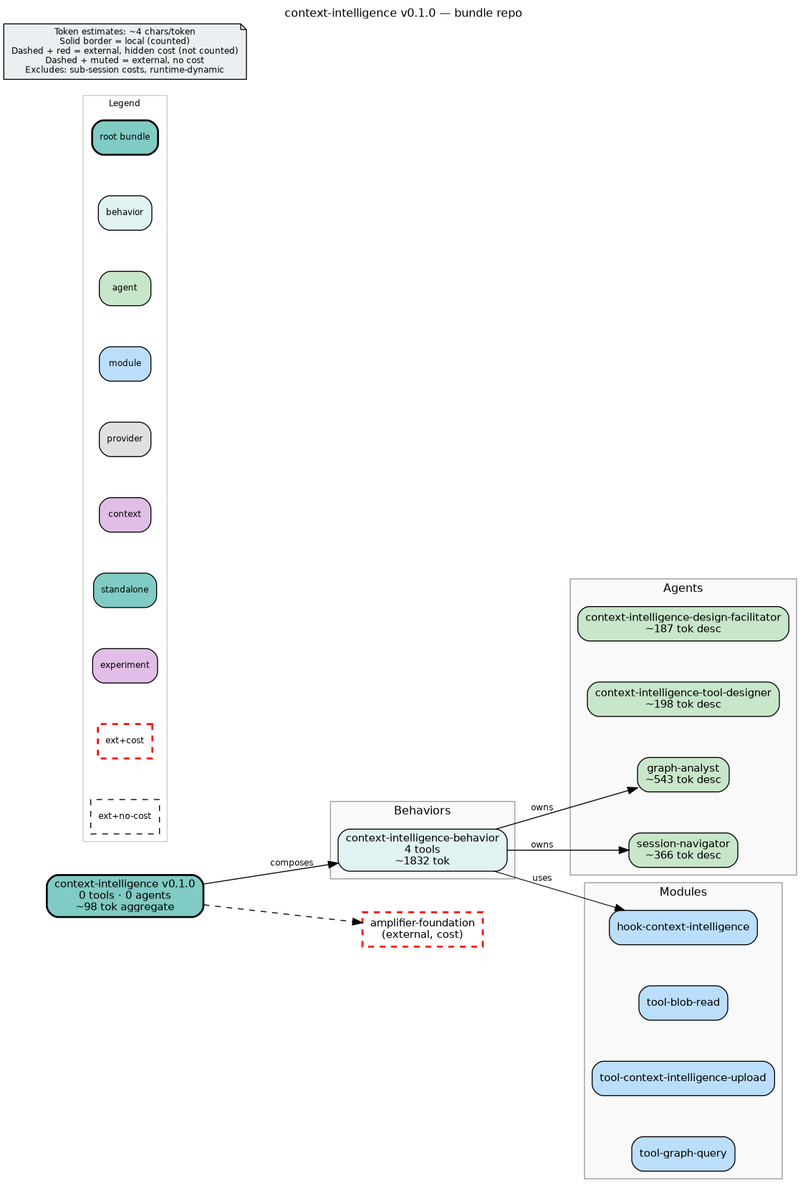
Earlier version of the Graphviz export bundle.png (microsoft/amplifier-bundle-context-intelligence). Its source is kept beside it as bundle.dot.
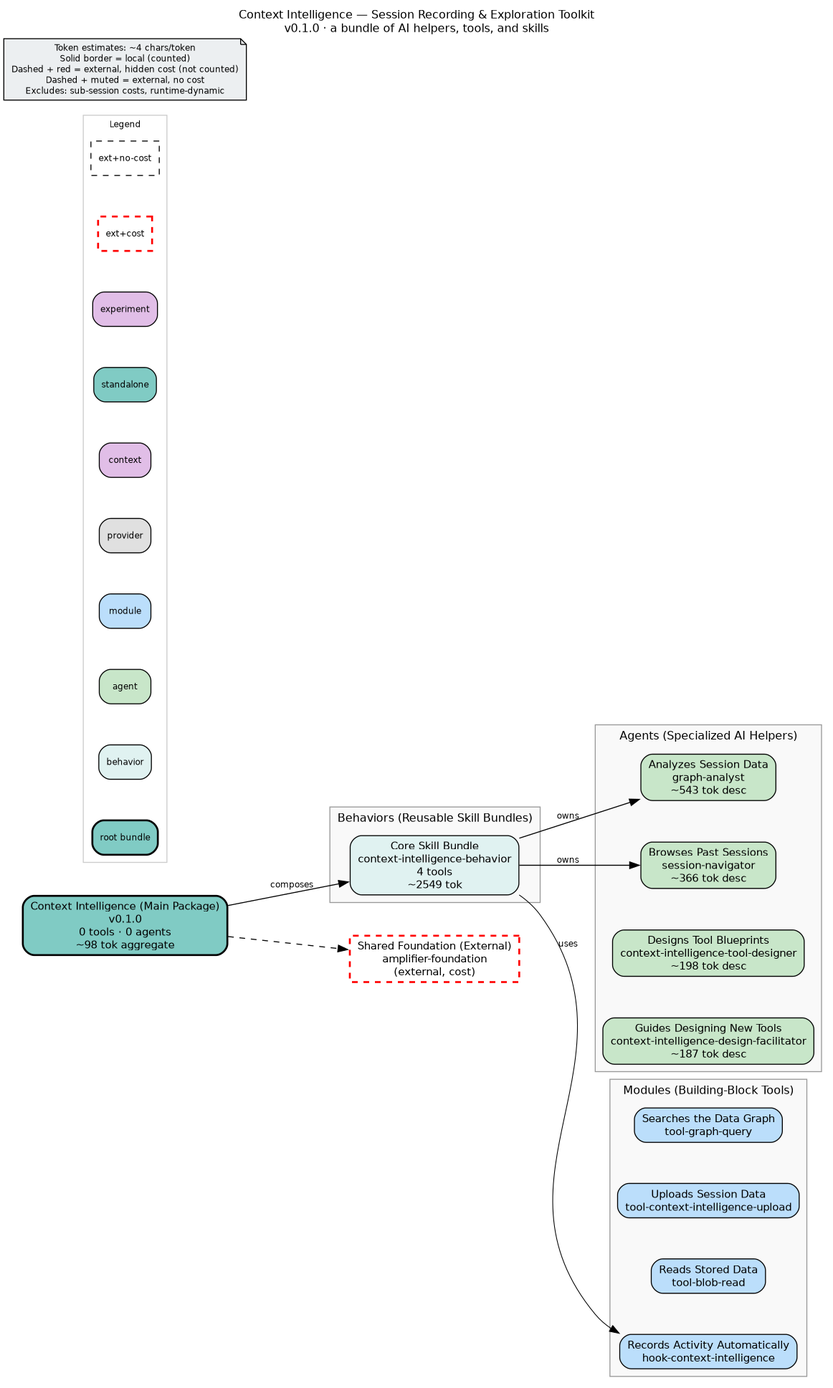
Later version of the same file.

The edit, as a diff of the source:
```diff
@@ -2,50 +2,50 @@
     rankdir=LR
     fontname="Helvetica"
     fontsize=12
-    label="context-intelligence v0.1.0 — bundle repo"
+    label="Context Intelligence — Session Recording & Exploration Toolkit\nv0.1.0 · a bundle of AI helpers, tools, and skills"
     labelloc=t
     labeljust=c
     nodesep=0.6
     ranksep=0.7
     bgcolor="white"
-    source_hash="dba7ae999a5fd095337bcd9ede4c54b866044c0b31d63d20c4b0ef4483abaf6c"
+    source_hash="7758e3d982ed1c85e71f0883ab4ac4596d336fd517ba1192e2580fbe98c220d2"
 
     node [fontname="Helvetica", fontsize=11, style="filled,rounded"]
     edge [fontname="Helvetica", fontsize=9]
 
-    root_context_intelligence [label="context-intelligence v0.1.0\n0 tools · 0 agents\n~98 tok aggregate", shape=box, fillcolor="#80cbc4", style="filled,rounded,bold", penwidth=2]
+    root_context_intelligence [label="Context Intelligence (Main Package)\nv0.1.0\n0 tools · 0 agents\n~98 tok aggregate", shape=box, fillcolor="#80cbc4", style="filled,rounded,bold", penwidth=2]
 
     subgraph cluster_behaviors {
-        label="Behaviors"
+        label="Behaviors (Reusable Skill Bundles)"
         style="filled"
         fillcolor="#f9f9f9"
         color="#999999"
 
-        beh_context_intelligence_behavior [label="context-intelligence-behavior\n4 tools\n~1832 tok", shape=box, fillcolor="#e0f2f1", style="filled,rounded"]
+        beh_context_intelligence_behavior [label="Core Skill Bundle\ncontext-intelligence-behavior\n4 tools\n~2549 tok", shape=box, fillcolor="#e0f2f1", style="filled,rounded"]
     }
 
     subgraph cluster_agents {
-        label="Agents"
+        label="Agents (Specialized AI Helpers)"
         style="filled"
         fillcolor="#f9f9f9"
         color="#999999"
 
-        agt_context_intelligence_design_facilitator [label="context-intelligence-design-facilitator\n~187 tok desc", shape=box, fillcolor="#c8e6c9", style="filled,rounded"]
-        agt_context_intelligence_tool_designer [label="context-intelligence-tool-designer\n~198 tok desc", shape=box, fillcolor="#c8e6c9", style="filled,rounded"]
-        agt_graph_analyst [label="graph-analyst\n~543 tok desc", shape=box, fillcolor="#c8e6c9", style="filled,rounded"]
-        agt_session_navigator [label="session-navigator\n~366 tok desc", shape=box, fillcolor="#c8e6c9", style="filled,rounded"]
+        agt_context_intelligence_design_facilitator [label="Guides Designing New Tools\ncontext-intelligence-design-facilitator\n~187 tok desc", shape=box, fillcolor="#c8e6c9", style="filled,rounded"]
+        agt_context_intelligence_tool_designer [label="Designs Tool Blueprints\ncontext-intelligence-tool-designer\n~198 tok desc", shape=box, fillcolor="#c8e6c9", style="filled,rounded"]
+        agt_graph_analyst [label="Analyzes Session Data\ngraph-analyst\n~543 tok desc", shape=box, fillcolor="#c8e6c9", style="filled,rounded"]
+        agt_session_navigator [label="Browses Past Sessions\nsession-navigator\n~366 tok desc", shape=box, fillcolor="#c8e6c9", style="filled,rounded"]
     }
 
     subgraph cluster_modules {
-        label="Modules"
+        label="Modules (Building-Block Tools)"
         style="filled"
         fillcolor="#f9f9f9"
         color="#999999"
 
-        mod_hook_context_intelligence [label="hook-context-intelligence", shape=box, fillcolor="#bbdefb", style="filled,rounded"]
-        mod_tool_blob_read [label="tool-blob-read", shape=box, fillcolor="#bbdefb", style="filled,rounded"]
-        mod_tool_context_intelligence_upload [label="tool-context-intelligence-upload", shape=box, fillcolor="#bbdefb", style="filled,rounded"]
-        mod_tool_graph_query [label="tool-graph-query", shape=box, fillcolor="#bbdefb", style="filled,rounded"]
+        mod_hook_context_intelligence [label="Records Activity Automatically\nhook-context-intelligence", shape=box, fillcolor="#bbdefb", style="filled,rounded"]
+        mod_tool_blob_read [label="Reads Stored Data\ntool-blob-read", shape=box, fillcolor="#bbdefb", style="filled,rounded"]
+        mod_tool_context_intelligence_upload [label="Uploads Session Data\ntool-context-intelligence-upload", shape=box, fillcolor="#bbdefb", style="filled,rounded"]
+        mod_tool_graph_query [label="Searches the Data Graph\ntool-graph-query", shape=box, fillcolor="#bbdefb", style="filled,rounded"]
     }
 
     subgraph cluster_legend {
@@ -69,7 +69,7 @@
 
     disclaimer [label="Token estimates: ~4 chars/token\nSolid border = local (counted)\nDashed + red = external, hidden cost (not counted)\nDashed + muted = external, no cost\nExcludes: sub-session costs, runtime-dynamic", shape=note, fillcolor="#eceff1", style="filled", fontsize=9]
 
-    ext_githttps___github_com_microsoft_amplifier_foundation_main [label="amplifier-foundation\n(external, cost)", shape=box, fillcolor="#80cbc4", style="dashed", color="red", penwidth=2]
+    ext_githttps___github_com_microsoft_amplifier_foundation_main [label="Shared Foundation (External)\namplifier-foundation\n(external, cost)", shape=box, fillcolor="#80cbc4", style="dashed", color="red", penwidth=2]
 
     root_context_intelligence -> ext_githttps___github_com_microsoft_amplifier_foundation_main [style=dashed]
     root_context_intelligence -> beh_context_intelligence_behavior [label="composes"]
```
